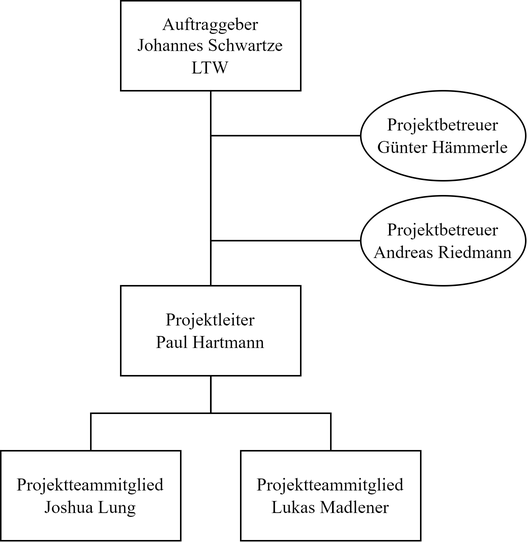
Earlier version of the draw.io export Diplomarbeit/images/projektorganigramm.png (jokil123/Fahrradturm). Source tidied: cells renumbered, new cells last; positions are measured from the earlier drawing's top-left corner, leaving out a move shared by most shapes.
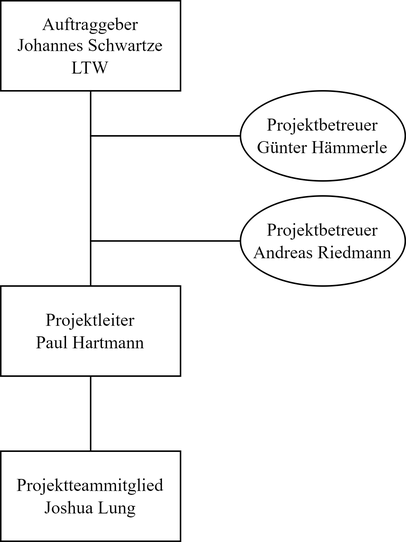
Later version of the same file.

The edit, as a diff of the source:
```diff
@@ -15,7 +15,7 @@
       <mxGeometry x="80" y="190" width="120" height="60" as="geometry" />
     </mxCell>
     <mxCell id="6" value="Projektteammitglied&lt;br&gt;Joshua Lung" style="rounded=0;whiteSpace=wrap;html=1;fontFamily=Times New Roman;" parent="1" vertex="1">
-      <mxGeometry y="300" width="120" height="60" as="geometry" />
+      <mxGeometry x="80" y="300" width="120" height="60" as="geometry" />
     </mxCell>
     <mxCell id="7" style="edgeStyle=orthogonalEdgeStyle;rounded=0;html=1;entryX=0.5;entryY=0;entryDx=0;entryDy=0;endArrow=none;endFill=0;fontFamily=Times New Roman;" parent="1" edge="1" source="8" target="5">
       <mxGeometry relative="1" as="geometry" />
@@ -29,11 +29,5 @@
     <mxCell id="10" value="Projektbetreuer&lt;br&gt;Andreas Riedmann" style="ellipse;whiteSpace=wrap;html=1;fontFamily=Times New Roman;" parent="1" vertex="1">
       <mxGeometry x="240" y="130" width="110" height="60" as="geometry" />
     </mxCell>
-    <mxCell id="11" value="Projektteammitglied&lt;br&gt;Lukas Madlener" style="rounded=0;whiteSpace=wrap;html=1;fontFamily=Times New Roman;" parent="1" vertex="1">
-      <mxGeometry x="160" y="300" width="120" height="60" as="geometry" />
-    </mxCell>
-    <mxCell id="12" style="edgeStyle=orthogonalEdgeStyle;rounded=0;html=1;endArrow=none;endFill=0;fontFamily=Times New Roman;" parent="1" edge="1" source="5" target="11">
-      <mxGeometry relative="1" as="geometry" />
-    </mxCell>
   </root>
 </mxGraphModel>
```
